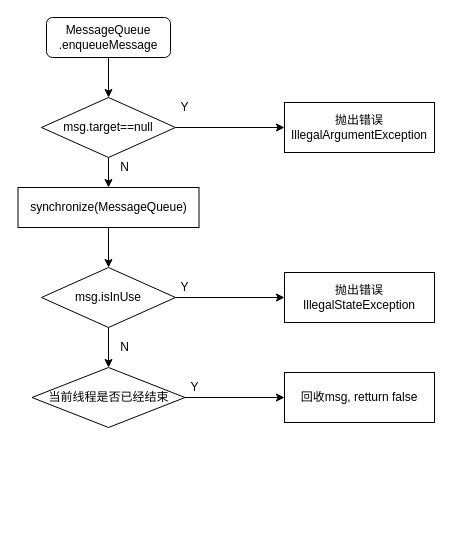
Before: MQ-enqueueMessage.drawio in Eanam/PointlessDiagram, a draw.io diagram. Source tidied: cells renumbered, new cells numbered last; positions are measured from the earlier drawing's top-left corner, leaving out a move shared by most shapes. Both pictures are drawn from the tidied source at 100%, with x=0, y=0 at pixel (18, 17).
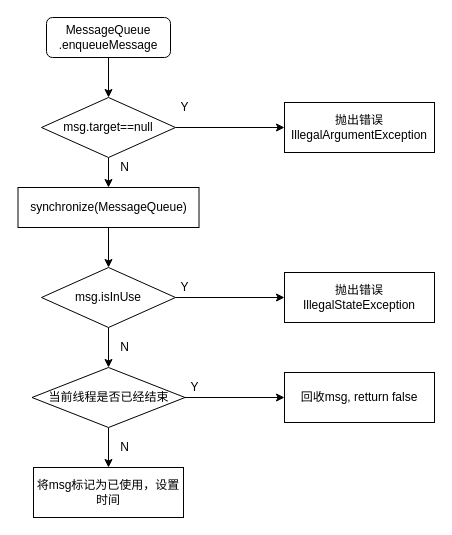
Above is the later version.

The change refers to these unchanged cells:
```xml
<mxCell id="18" value="当前线程是否已经结束" style="rhombus;whiteSpace=wrap;html=1;" parent="1" vertex="1">
  <mxGeometry x="13.5" y="350" width="153" height="60" as="geometry" />
</mxCell>
```

Diff of the diagram source:
```diff
@@
+    <mxCell id="22" style="edgeStyle=orthogonalEdgeStyle;rounded=0;jettySize=auto;html=1;" parent="1" edge="1" source="18" target="23">
+      <mxGeometry relative="1" as="geometry" />
+    </mxCell>
@@
+    <mxCell id="23" value="将msg标记为已使用，设置时间" style="rounded=0;whiteSpace=wrap;html=1;" parent="1" vertex="1">
+      <mxGeometry x="15" y="450" width="150" height="50" as="geometry" />
+    </mxCell>
+    <mxCell id="24" value="N" style="text;html=1;align=center;verticalAlign=middle;strokeColor=none;" parent="1" vertex="1">
+      <mxGeometry x="96" y="420" width="20" height="20" as="geometry" />
+    </mxCell>
```
